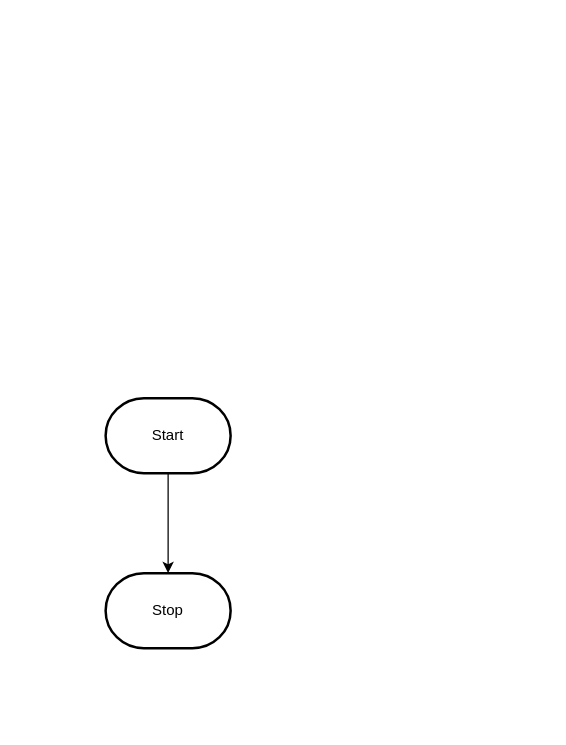
Before: design/flowchart.drawio in MTHS-ICS2O-2-2022/ICS2O-Unit-5-06-lamees-hemdan, a draw.io diagram. Source tidied: cells renumbered, new cells numbered last; positions are measured from the earlier drawing's top-left corner, leaving out a move shared by most shapes. Both pictures are drawn from the tidied source at 125%, with x=0, y=0 at pixel (105, 398).
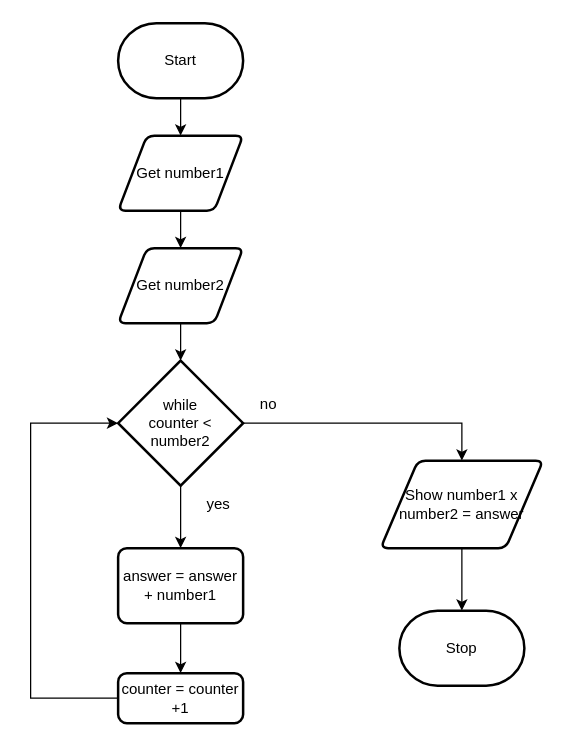
After the change.

Change to the diagram source:
```diff
@@
-    <mxCell id="2" style="edgeStyle=orthogonalEdgeStyle;html=1;rounded=0;" parent="1" edge="1" source="3" target="4">
+    <mxCell id="2" style="edgeStyle=orthogonalEdgeStyle;html=1;exitX=0.5;exitY=1;exitDx=0;exitDy=0;exitPerimeter=0;rounded=0;entryX=0.5;entryY=0;entryDx=0;entryDy=0;" parent="1" edge="1" source="3" target="7">
       <mxGeometry relative="1" as="geometry" />
     </mxCell>
     <mxCell id="3" value="Start" style="strokeWidth=2;html=1;shape=mxgraph.flowchart.terminator;whiteSpace=wrap;" parent="1" vertex="1">
-      <mxGeometry width="100" height="60" as="geometry" />
+      <mxGeometry x="10" y="-300" width="100" height="60" as="geometry" />
     </mxCell>
+    <mxCell id="5" style="edgeStyle=orthogonalEdgeStyle;rounded=0;html=1;exitX=0;exitY=0.5;exitDx=0;exitDy=0;entryX=0;entryY=0.5;entryDx=0;entryDy=0;entryPerimeter=0;" parent="1" edge="1" source="15" target="12">
+      <mxGeometry relative="1" as="geometry">
+        <Array as="points">
+          <mxPoint x="-60" y="240" />
+          <mxPoint x="-60" y="20" />
+        </Array>
+      </mxGeometry>
+    </mxCell>
     <mxCell id="4" value="Stop" style="strokeWidth=2;html=1;shape=mxgraph.flowchart.terminator;whiteSpace=wrap;" parent="1" vertex="1">
-      <mxGeometry y="140" width="100" height="60" as="geometry" />
+      <mxGeometry x="235" y="170" width="100" height="60" as="geometry" />
     </mxCell>
+    <mxCell id="6" style="edgeStyle=orthogonalEdgeStyle;rounded=0;html=1;exitX=0.5;exitY=1;exitDx=0;exitDy=0;entryX=0.5;entryY=0;entryDx=0;entryDy=0;" parent="1" edge="1" source="7" target="9">
+      <mxGeometry relative="1" as="geometry" />
+    </mxCell>
+    <mxCell id="7" value="Get number1" style="shape=parallelogram;html=1;strokeWidth=2;perimeter=parallelogramPerimeter;whiteSpace=wrap;rounded=1;arcSize=12;size=0.23;" parent="1" vertex="1">
+      <mxGeometry x="10" y="-210" width="100" height="60" as="geometry" />
+    </mxCell>
+    <mxCell id="8" style="edgeStyle=orthogonalEdgeStyle;rounded=0;html=1;exitX=0.5;exitY=1;exitDx=0;exitDy=0;entryX=0.5;entryY=0;entryDx=0;entryDy=0;entryPerimeter=0;" parent="1" edge="1" source="9" target="12">
+      <mxGeometry relative="1" as="geometry" />
+    </mxCell>
+    <mxCell id="9" value="Get&amp;nbsp;number2" style="shape=parallelogram;html=1;strokeWidth=2;perimeter=parallelogramPerimeter;whiteSpace=wrap;rounded=1;arcSize=12;size=0.23;" parent="1" vertex="1">
+      <mxGeometry x="10" y="-120" width="100" height="60" as="geometry" />
+    </mxCell>
+    <mxCell id="10" style="edgeStyle=orthogonalEdgeStyle;rounded=0;html=1;exitX=0.5;exitY=1;exitDx=0;exitDy=0;exitPerimeter=0;entryX=0.5;entryY=0;entryDx=0;entryDy=0;" parent="1" edge="1" source="12" target="14">
+      <mxGeometry relative="1" as="geometry" />
+    </mxCell>
+    <mxCell id="11" style="edgeStyle=orthogonalEdgeStyle;rounded=0;html=1;exitX=1;exitY=0.5;exitDx=0;exitDy=0;exitPerimeter=0;entryX=0.5;entryY=0;entryDx=0;entryDy=0;" parent="1" edge="1" source="12" target="17">
+      <mxGeometry relative="1" as="geometry" />
+    </mxCell>
+    <mxCell id="12" value="while&lt;br&gt;counter &amp;lt; number2" style="strokeWidth=2;html=1;shape=mxgraph.flowchart.decision;whiteSpace=wrap;" parent="1" vertex="1">
+      <mxGeometry x="10" y="-30" width="100" height="100" as="geometry" />
+    </mxCell>
+    <mxCell id="13" style="edgeStyle=orthogonalEdgeStyle;rounded=0;html=1;exitX=0.5;exitY=1;exitDx=0;exitDy=0;entryX=0.5;entryY=0;entryDx=0;entryDy=0;" parent="1" edge="1" source="14" target="15">
+      <mxGeometry relative="1" as="geometry" />
+    </mxCell>
+    <mxCell id="14" value="answer = answer + number1" style="rounded=1;whiteSpace=wrap;html=1;absoluteArcSize=1;arcSize=14;strokeWidth=2;" parent="1" vertex="1">
+      <mxGeometry x="10" y="120" width="100" height="60" as="geometry" />
+    </mxCell>
+    <mxCell id="15" value="counter = counter +1" style="rounded=1;whiteSpace=wrap;html=1;absoluteArcSize=1;arcSize=14;strokeWidth=2;" parent="1" vertex="1">
+      <mxGeometry x="10" y="220" width="100" height="40" as="geometry" />
+    </mxCell>
+    <mxCell id="16" style="edgeStyle=orthogonalEdgeStyle;rounded=0;html=1;exitX=0.5;exitY=1;exitDx=0;exitDy=0;entryX=0.5;entryY=0;entryDx=0;entryDy=0;entryPerimeter=0;" parent="1" edge="1" source="17" target="4">
+      <mxGeometry relative="1" as="geometry" />
+    </mxCell>
+    <mxCell id="17" value="Show number1 x number2 = answer" style="shape=parallelogram;html=1;strokeWidth=2;perimeter=parallelogramPerimeter;whiteSpace=wrap;rounded=1;arcSize=12;size=0.23;" parent="1" vertex="1">
+      <mxGeometry x="220" y="50" width="130" height="70" as="geometry" />
+    </mxCell>
+    <mxCell id="18" value="no" style="text;html=1;align=center;verticalAlign=middle;strokeColor=none;fillColor=none;" parent="1" vertex="1">
+      <mxGeometry x="110" y="-10" width="40" height="30" as="geometry" />
+    </mxCell>
+    <mxCell id="19" value="yes" style="text;html=1;align=center;verticalAlign=middle;strokeColor=none;fillColor=none;" parent="1" vertex="1">
+      <mxGeometry x="70" y="70" width="40" height="30" as="geometry" />
+    </mxCell>
```
